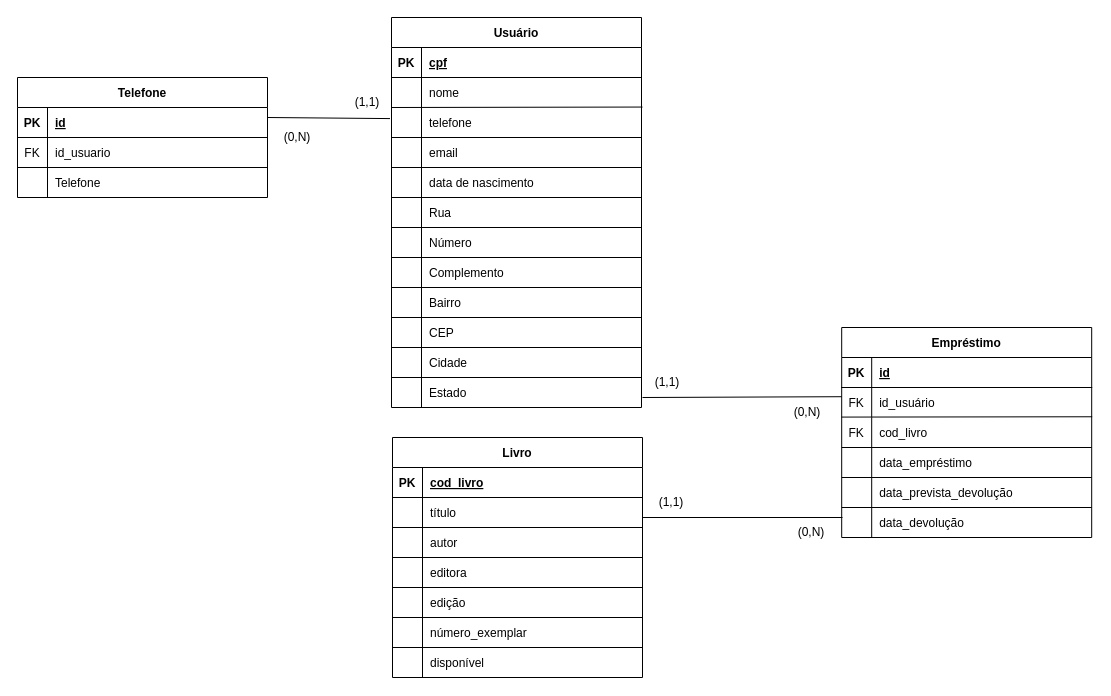
This is page "Page-1" (1 of 2) of draw.io/Untitled Diagram.drawio from mikaeletha/segundo_periodo_2022, a draw.io file, before an edit. Source tidied: cells renumbered, new cells numbered last; positions are measured from the earlier drawing's top-left corner, leaving out a move shared by most shapes. Both pictures are drawn from the tidied source at 100%, with x=0, y=0 at pixel (17, 17).
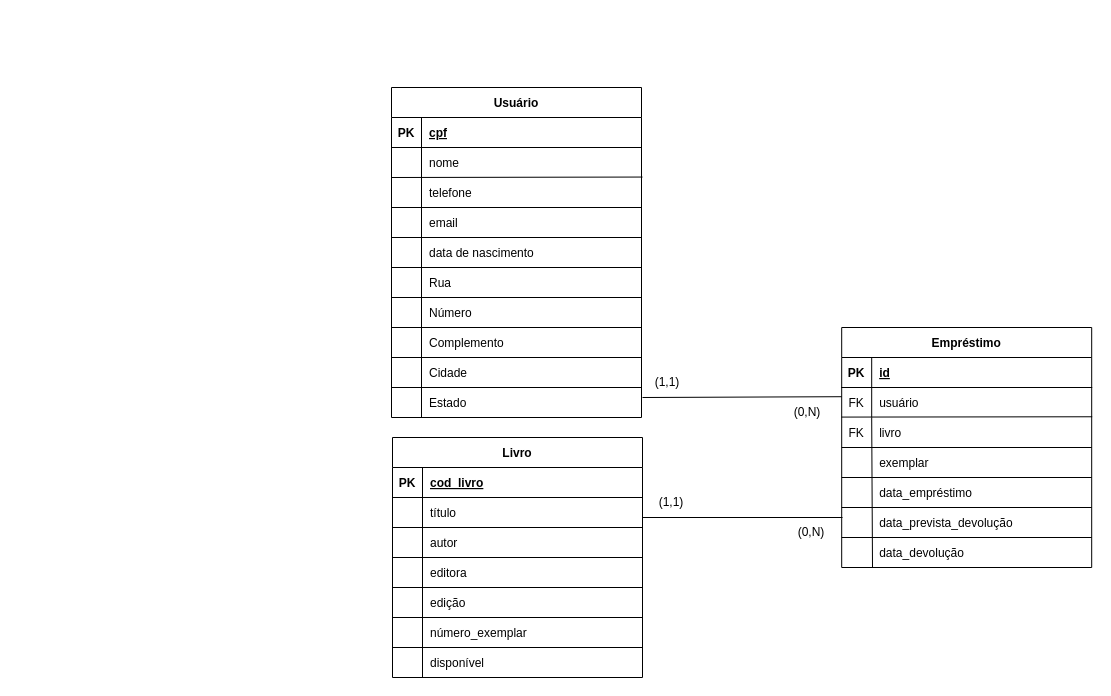
After the change.

Unchanged cells that the change refers to:
```xml
<mxCell id="6" style="shape=partialRectangle;fillColor=none;points=[[0,0.5],[1,0.5]];portConstraint=eastwest;top=0;left=0;right=0;bottom=0;" parent="2" vertex="1">
  <mxGeometry y="60" width="250" height="30" as="geometry" />
</mxCell>
```

Change to the diagram source:
```diff
@@
     <mxCell id="2" value="Empréstimo" style="shape=table;startSize=30;childLayout=tableLayout;rowLines=0;fontStyle=1;align=center;" parent="1" vertex="1">
-      <mxGeometry x="824.2" y="310" width="250" height="210" as="geometry" />
+      <mxGeometry x="824.2" y="310" width="250" height="240" as="geometry" />
     </mxCell>
@@
-    <mxCell id="8" value="id_usuário" style="shape=partialRectangle;overflow=hidden;fillColor=none;top=0;left=0;bottom=0;right=0;align=left;spacingLeft=6;" parent="6" vertex="1">
+    <mxCell id="8" value="usuário" style="shape=partialRectangle;overflow=hidden;fillColor=none;top=0;left=0;bottom=0;right=0;align=left;spacingLeft=6;" parent="6" vertex="1">
       <mxGeometry x="30" width="220" height="30" as="geometry" />
     </mxCell>
@@
     <mxCell id="18" value="Usuário" style="shape=table;startSize=30;childLayout=tableLayout;rowLines=0;fontStyle=1;align=center;" parent="1" vertex="1">
-      <mxGeometry x="374" width="250" height="390" as="geometry" />
+      <mxGeometry x="374" y="70" width="250" height="330" as="geometry" />
     </mxCell>
@@
     <mxCell id="26" style="shape=partialRectangle;overflow=hidden;fillColor=none;top=0;left=0;bottom=0;right=0;" parent="1" vertex="1">
-      <mxGeometry x="374" y="90" width="30" height="30" as="geometry" />
+      <mxGeometry x="374" y="160" width="30" height="30" as="geometry" />
     </mxCell>
     <mxCell id="27" value="telefone" style="shape=partialRectangle;overflow=hidden;fillColor=none;top=0;left=0;bottom=0;right=0;align=left;spacingLeft=6;" parent="1" vertex="1">
-      <mxGeometry x="404" y="90" width="220" height="30" as="geometry" />
+      <mxGeometry x="404" y="160" width="220" height="30" as="geometry" />
     </mxCell>
     <mxCell id="28" style="endArrow=none;html=1;rounded=0;" parent="1" edge="1">
       <mxGeometry relative="1" as="geometry">
-        <mxPoint x="374" y="120" as="sourcePoint" />
-        <mxPoint x="624" y="120" as="targetPoint" />
+        <mxPoint x="374" y="190" as="sourcePoint" />
+        <mxPoint x="624" y="190" as="targetPoint" />
       </mxGeometry>
     </mxCell>
     <mxCell id="29" value="email" style="shape=partialRectangle;overflow=hidden;fillColor=none;top=0;left=0;bottom=0;right=0;align=left;spacingLeft=6;" parent="1" vertex="1">
-      <mxGeometry x="404" y="120" width="220" height="30" as="geometry" />
+      <mxGeometry x="404" y="190" width="220" height="30" as="geometry" />
     </mxCell>
     <mxCell id="30" style="endArrow=none;html=1;rounded=0;" parent="1" edge="1">
       <mxGeometry relative="1" as="geometry">
-        <mxPoint x="374" y="150" as="sourcePoint" />
-        <mxPoint x="624" y="150" as="targetPoint" />
+        <mxPoint x="374" y="220" as="sourcePoint" />
+        <mxPoint x="624" y="220" as="targetPoint" />
       </mxGeometry>
     </mxCell>
     <mxCell id="31" value="data de nascimento" style="shape=partialRectangle;overflow=hidden;fillColor=none;top=0;left=0;bottom=0;right=0;align=left;spacingLeft=6;" parent="1" vertex="1">
-      <mxGeometry x="404" y="150" width="220" height="30" as="geometry" />
+      <mxGeometry x="404" y="220" width="220" height="30" as="geometry" />
     </mxCell>
     <mxCell id="32" style="endArrow=none;html=1;rounded=0;" parent="1" edge="1">
       <mxGeometry relative="1" as="geometry">
-        <mxPoint x="374" y="180" as="sourcePoint" />
-        <mxPoint x="624" y="180" as="targetPoint" />
+        <mxPoint x="374" y="250" as="sourcePoint" />
+        <mxPoint x="624" y="250" as="targetPoint" />
       </mxGeometry>
     </mxCell>
     <mxCell id="33" value="Rua" style="shape=partialRectangle;overflow=hidden;fillColor=none;top=0;left=0;bottom=0;right=0;align=left;spacingLeft=6;" parent="1" vertex="1">
-      <mxGeometry x="404" y="180" width="220" height="30" as="geometry" />
+      <mxGeometry x="404" y="250" width="220" height="30" as="geometry" />
     </mxCell>
     <mxCell id="34" style="endArrow=none;html=1;rounded=0;" parent="1" edge="1">
       <mxGeometry relative="1" as="geometry">
-        <mxPoint x="404" y="390" as="sourcePoint" />
-        <mxPoint x="404" y="90" as="targetPoint" />
+        <mxPoint x="404" y="400" as="sourcePoint" />
+        <mxPoint x="404" y="160" as="targetPoint" />
       </mxGeometry>
     </mxCell>
     <mxCell id="35" style="shape=partialRectangle;overflow=hidden;fillColor=none;top=0;left=0;bottom=0;right=0;fontStyle=1;" parent="1" vertex="1">
-      <mxGeometry x="374" y="120" width="30" height="30" as="geometry" />
+      <mxGeometry x="374" y="190" width="30" height="30" as="geometry" />
     </mxCell>
     <mxCell id="36" style="shape=partialRectangle;overflow=hidden;fillColor=none;top=0;left=0;bottom=0;right=0;fontStyle=1;" parent="1" vertex="1">
-      <mxGeometry x="374" y="150" width="30" height="30" as="geometry" />
+      <mxGeometry x="374" y="220" width="30" height="30" as="geometry" />
     </mxCell>
-    <mxCell id="37" value="cod_livro" style="shape=partialRectangle;overflow=hidden;fillColor=none;top=0;left=0;bottom=0;right=0;align=left;spacingLeft=6;" parent="1" vertex="1">
+    <mxCell id="37" value="livro" style="shape=partialRectangle;overflow=hidden;fillColor=none;top=0;left=0;bottom=0;right=0;align=left;spacingLeft=6;" parent="1" vertex="1">
       <mxGeometry x="854.2" y="400" width="220" height="30" as="geometry" />
     </mxCell>
@@
-    <mxCell id="40" value="data_empréstimo" style="shape=partialRectangle;overflow=hidden;fillColor=none;top=0;left=0;bottom=0;right=0;align=left;spacingLeft=6;" parent="1" vertex="1">
+    <mxCell id="40" value="exemplar" style="shape=partialRectangle;overflow=hidden;fillColor=none;top=0;left=0;bottom=0;right=0;align=left;spacingLeft=6;" parent="1" vertex="1">
       <mxGeometry x="854.2" y="430" width="220" height="30" as="geometry" />
     </mxCell>
@@
-    <mxCell id="42" value="data_prevista_devolução" style="shape=partialRectangle;overflow=hidden;fillColor=none;top=0;left=0;bottom=0;right=0;align=left;spacingLeft=6;" parent="1" vertex="1">
+    <mxCell id="42" value="data_empréstimo" style="shape=partialRectangle;overflow=hidden;fillColor=none;top=0;left=0;bottom=0;right=0;align=left;spacingLeft=6;" parent="1" vertex="1">
       <mxGeometry x="854.2" y="460" width="220" height="30" as="geometry" />
     </mxCell>
@@
-    <mxCell id="44" value="data_devolução" style="shape=partialRectangle;overflow=hidden;fillColor=none;top=0;left=0;bottom=0;right=0;align=left;spacingLeft=6;" parent="1" vertex="1">
+    <mxCell id="44" value="data_prevista_devolução" style="shape=partialRectangle;overflow=hidden;fillColor=none;top=0;left=0;bottom=0;right=0;align=left;spacingLeft=6;" parent="1" vertex="1">
       <mxGeometry x="854.2" y="490" width="220" height="30" as="geometry" />
     </mxCell>
     <mxCell id="45" style="endArrow=none;html=1;rounded=0;" parent="1" edge="1">
       <mxGeometry relative="1" as="geometry">
-        <mxPoint x="854.2" y="520" as="sourcePoint" />
+        <mxPoint x="855" y="550" as="sourcePoint" />
         <mxPoint x="854.2" y="400" as="targetPoint" />
       </mxGeometry>
     </mxCell>
@@
     <mxCell id="60" style="endArrow=none;html=1;rounded=0;" parent="1" edge="1">
       <mxGeometry relative="1" as="geometry">
-        <mxPoint x="374" y="210" as="sourcePoint" />
-        <mxPoint x="624" y="210" as="targetPoint" />
+        <mxPoint x="374" y="280" as="sourcePoint" />
+        <mxPoint x="624" y="280" as="targetPoint" />
       </mxGeometry>
     </mxCell>
     <mxCell id="61" value="Número" style="shape=partialRectangle;overflow=hidden;fillColor=none;top=0;left=0;bottom=0;right=0;align=left;spacingLeft=6;" parent="1" vertex="1">
-      <mxGeometry x="404" y="210" width="220" height="30" as="geometry" />
+      <mxGeometry x="404" y="280" width="220" height="30" as="geometry" />
     </mxCell>
     <mxCell id="62" style="endArrow=none;html=1;rounded=0;" parent="1" edge="1">
       <mxGeometry relative="1" as="geometry">
-        <mxPoint x="374" y="240" as="sourcePoint" />
-        <mxPoint x="624" y="240" as="targetPoint" />
+        <mxPoint x="374" y="310" as="sourcePoint" />
+        <mxPoint x="624" y="310" as="targetPoint" />
       </mxGeometry>
     </mxCell>
     <mxCell id="63" value="Complemento" style="shape=partialRectangle;overflow=hidden;fillColor=none;top=0;left=0;bottom=0;right=0;align=left;spacingLeft=6;" parent="1" vertex="1">
-      <mxGeometry x="404" y="240" width="220" height="30" as="geometry" />
+      <mxGeometry x="404" y="310" width="220" height="30" as="geometry" />
     </mxCell>
     <mxCell id="64" style="endArrow=none;html=1;rounded=0;" parent="1" edge="1">
       <mxGeometry relative="1" as="geometry">
-        <mxPoint x="374" y="270" as="sourcePoint" />
-        <mxPoint x="624" y="270" as="targetPoint" />
+        <mxPoint x="374" y="340" as="sourcePoint" />
+        <mxPoint x="624" y="340" as="targetPoint" />
       </mxGeometry>
     </mxCell>
-    <mxCell id="65" value="Bairro" style="shape=partialRectangle;overflow=hidden;fillColor=none;top=0;left=0;bottom=0;right=0;align=left;spacingLeft=6;" parent="1" vertex="1">
-      <mxGeometry x="404" y="270" width="220" height="30" as="geometry" />
+    <mxCell id="65" value="Cidade" style="shape=partialRectangle;overflow=hidden;fillColor=none;top=0;left=0;bottom=0;right=0;align=left;spacingLeft=6;" parent="1" vertex="1">
+      <mxGeometry x="404" y="340" width="220" height="30" as="geometry" />
     </mxCell>
     <mxCell id="66" style="endArrow=none;html=1;rounded=0;" parent="1" edge="1">
       <mxGeometry relative="1" as="geometry">
-        <mxPoint x="374" y="300" as="sourcePoint" />
-        <mxPoint x="624" y="300" as="targetPoint" />
+        <mxPoint x="374" y="370" as="sourcePoint" />
+        <mxPoint x="624" y="370" as="targetPoint" />
       </mxGeometry>
     </mxCell>
-    <mxCell id="67" value="CEP" style="shape=partialRectangle;overflow=hidden;fillColor=none;top=0;left=0;bottom=0;right=0;align=left;spacingLeft=6;" parent="1" vertex="1">
-      <mxGeometry x="404" y="300" width="220" height="30" as="geometry" />
+    <mxCell id="67" value="Estado" style="shape=partialRectangle;overflow=hidden;fillColor=none;top=0;left=0;bottom=0;right=0;align=left;spacingLeft=6;" parent="1" vertex="1">
+      <mxGeometry x="404" y="370" width="220" height="30" as="geometry" />
     </mxCell>
-    <mxCell id="68" style="endArrow=none;html=1;rounded=0;" parent="1" edge="1">
-      <mxGeometry relative="1" as="geometry">
-        <mxPoint x="374" y="330" as="sourcePoint" />
-        <mxPoint x="624" y="330" as="targetPoint" />
-      </mxGeometry>
-    </mxCell>
-    <mxCell id="69" value="Cidade" style="shape=partialRectangle;overflow=hidden;fillColor=none;top=0;left=0;bottom=0;right=0;align=left;spacingLeft=6;" parent="1" vertex="1">
-      <mxGeometry x="404" y="330" width="220" height="30" as="geometry" />
-    </mxCell>
-    <mxCell id="70" style="endArrow=none;html=1;rounded=0;" parent="1" edge="1">
-      <mxGeometry relative="1" as="geometry">
-        <mxPoint x="374" y="360" as="sourcePoint" />
-        <mxPoint x="624" y="360" as="targetPoint" />
-      </mxGeometry>
-    </mxCell>
-    <mxCell id="71" value="Estado" style="shape=partialRectangle;overflow=hidden;fillColor=none;top=0;left=0;bottom=0;right=0;align=left;spacingLeft=6;" parent="1" vertex="1">
-      <mxGeometry x="404" y="360" width="220" height="30" as="geometry" />
-    </mxCell>
-    <mxCell id="72" value="Telefone" style="shape=table;startSize=30;childLayout=tableLayout;rowLines=0;fontStyle=1;align=center;" parent="1" vertex="1">
-      <mxGeometry y="60" width="250" height="120" as="geometry" />
-    </mxCell>
-    <mxCell id="73" style="shape=partialRectangle;fillColor=none;top=0;left=0;right=0;bottom=1;" parent="72" vertex="1">
-      <mxGeometry y="30" width="250" height="30" as="geometry" />
-    </mxCell>
-    <mxCell id="74" value="PK" style="shape=partialRectangle;overflow=hidden;fillColor=none;top=0;left=0;bottom=0;right=0;fontStyle=1;" parent="73" vertex="1">
-      <mxGeometry width="30" height="30" as="geometry" />
-    </mxCell>
-    <mxCell id="75" value="id" style="shape=partialRectangle;overflow=hidden;fillColor=none;top=0;left=0;bottom=0;right=0;align=left;spacingLeft=6;fontStyle=5;" parent="73" vertex="1">
-      <mxGeometry x="30" width="220" height="30" as="geometry" />
-    </mxCell>
-    <mxCell id="76" style="shape=partialRectangle;fillColor=none;points=[[0,0.5],[1,0.5]];portConstraint=eastwest;top=0;left=0;right=0;bottom=0;" parent="72" vertex="1">
-      <mxGeometry y="60" width="250" height="30" as="geometry" />
-    </mxCell>
-    <mxCell id="77" value="FK" style="shape=partialRectangle;overflow=hidden;fillColor=none;top=0;left=0;bottom=0;right=0;" parent="76" vertex="1">
-      <mxGeometry width="30" height="30" as="geometry" />
-    </mxCell>
-    <mxCell id="78" value="id_usuario" style="shape=partialRectangle;overflow=hidden;fillColor=none;top=0;left=0;bottom=0;right=0;align=left;spacingLeft=6;" parent="76" vertex="1">
-      <mxGeometry x="30" width="220" height="30" as="geometry" />
-    </mxCell>
-    <mxCell id="79" style="endArrow=none;html=1;rounded=0;exitX=0;exitY=1;exitDx=0;exitDy=0;exitPerimeter=0;" parent="72" edge="1" source="76">
-      <mxGeometry relative="1" as="geometry">
-        <mxPoint x="250" y="90" as="targetPoint" />
-      </mxGeometry>
-    </mxCell>
-    <mxCell id="80" value="Telefone" style="shape=partialRectangle;overflow=hidden;fillColor=none;top=0;left=0;bottom=0;right=0;align=left;spacingLeft=6;" parent="1" vertex="1">
-      <mxGeometry x="30" y="150" width="220" height="30" as="geometry" />
-    </mxCell>
-    <mxCell id="81" style="endArrow=none;html=1;rounded=0;" parent="1" edge="1">
-      <mxGeometry relative="1" as="geometry">
-        <mxPoint x="30" y="180" as="sourcePoint" />
-        <mxPoint x="30" y="150" as="targetPoint" />
-      </mxGeometry>
-    </mxCell>
-    <mxCell id="82" style="endArrow=none;html=1;rounded=0;entryX=0.875;entryY=1.036;entryDx=0;entryDy=0;entryPerimeter=0;" parent="1" edge="1" target="83">
-      <mxGeometry relative="1" as="geometry">
-        <mxPoint x="250" y="100" as="sourcePoint" />
-      </mxGeometry>
-    </mxCell>
-    <mxCell id="83" value="(1,1)" style="text;html=1;strokeColor=none;fillColor=none;align=center;verticalAlign=middle;whiteSpace=wrap;rounded=0;" parent="1" vertex="1">
-      <mxGeometry x="320" y="70" width="60" height="30" as="geometry" />
-    </mxCell>
-    <mxCell id="84" value="(0,N)" style="text;html=1;strokeColor=none;fillColor=none;align=center;verticalAlign=middle;whiteSpace=wrap;rounded=0;" parent="1" vertex="1">
-      <mxGeometry x="250" y="105" width="60" height="30" as="geometry" />
-    </mxCell>
@@
+    <mxCell id="87" value="data_devolução" style="shape=partialRectangle;overflow=hidden;fillColor=none;top=0;left=0;bottom=0;right=0;align=left;spacingLeft=6;" parent="1" vertex="1">
+      <mxGeometry x="854.2" y="520" width="220" height="30" as="geometry" />
+    </mxCell>
+    <mxCell id="88" style="endArrow=none;html=1;rounded=0;" parent="1" edge="1">
+      <mxGeometry relative="1" as="geometry">
+        <mxPoint x="824.2" y="520" as="sourcePoint" />
+        <mxPoint x="1074.2" y="520" as="targetPoint" />
+      </mxGeometry>
+    </mxCell>
```
